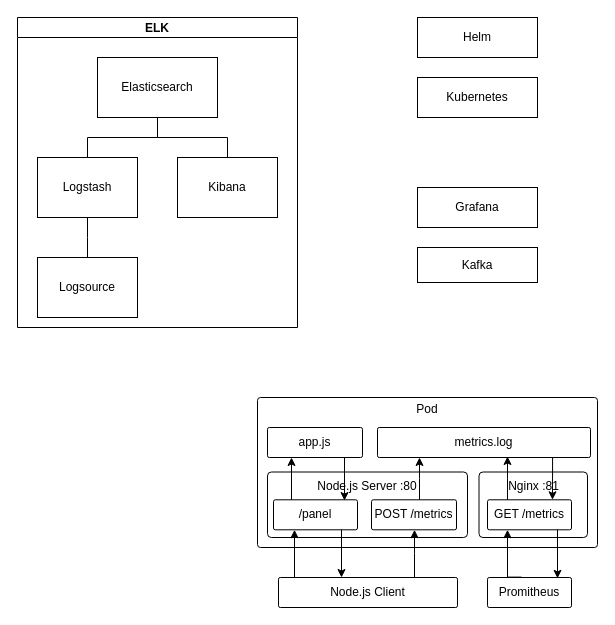
This is page "Page-1" (1 of 3) of infra-schema.drawio from ajile/draw-io, a draw.io file, before an edit. Source tidied: cells renumbered, new cells numbered last; positions are measured from the earlier drawing's top-left corner, leaving out a move shared by most shapes. Both pictures are drawn from the tidied source at 100%, with x=0, y=0 at pixel (17, 17).
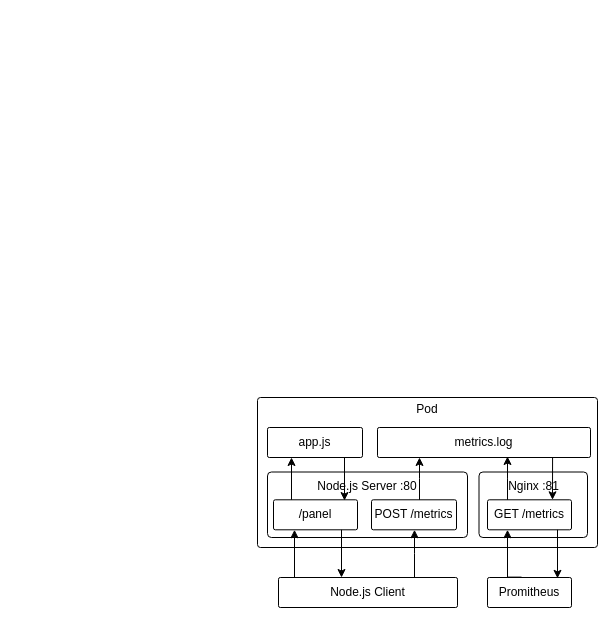
After the change.

The edit, as a diff of the source:
```diff
@@
-    <mxCell id="2" value="ELK" style="swimlane;startSize=20;horizontal=1;containerType=tree;newEdgeStyle={&quot;edgeStyle&quot;:&quot;elbowEdgeStyle&quot;,&quot;startArrow&quot;:&quot;none&quot;,&quot;endArrow&quot;:&quot;none&quot;};" parent="1" vertex="1">
-      <mxGeometry width="280" height="310" as="geometry" />
-    </mxCell>
-    <mxCell id="3" style="edgeStyle=elbowEdgeStyle;elbow=vertical;startArrow=none;endArrow=none;rounded=0;" parent="2" edge="1" source="5" target="6">
-      <mxGeometry relative="1" as="geometry" />
-    </mxCell>
-    <mxCell id="4" style="edgeStyle=elbowEdgeStyle;elbow=vertical;startArrow=none;endArrow=none;rounded=0;" parent="2" edge="1" source="5" target="7">
-      <mxGeometry relative="1" as="geometry" />
-    </mxCell>
-    <mxCell id="5" value="Elasticsearch" style="whiteSpace=wrap;html=1;align=center;newEdgeStyle={&quot;edgeStyle&quot;:&quot;elbowEdgeStyle&quot;,&quot;startArrow&quot;:&quot;none&quot;,&quot;endArrow&quot;:&quot;none&quot;};" parent="2" vertex="1">
-      <mxGeometry x="80" y="40" width="120" height="60" as="geometry" />
-    </mxCell>
-    <mxCell id="6" value="Logstash" style="whiteSpace=wrap;html=1;align=center;verticalAlign=middle;newEdgeStyle={&quot;edgeStyle&quot;:&quot;elbowEdgeStyle&quot;,&quot;startArrow&quot;:&quot;none&quot;,&quot;endArrow&quot;:&quot;none&quot;};" parent="2" vertex="1">
-      <mxGeometry x="20" y="140" width="100" height="60" as="geometry" />
-    </mxCell>
-    <mxCell id="7" value="Kibana" style="whiteSpace=wrap;html=1;align=center;verticalAlign=middle;newEdgeStyle={&quot;edgeStyle&quot;:&quot;elbowEdgeStyle&quot;,&quot;startArrow&quot;:&quot;none&quot;,&quot;endArrow&quot;:&quot;none&quot;};" parent="2" vertex="1">
-      <mxGeometry x="160" y="140" width="100" height="60" as="geometry" />
-    </mxCell>
-    <mxCell id="8" style="edgeStyle=elbowEdgeStyle;elbow=vertical;startArrow=none;endArrow=none;rounded=0;" parent="2" edge="1" source="6" target="9">
-      <mxGeometry relative="1" as="geometry" />
-    </mxCell>
-    <mxCell id="9" value="Logsource" style="whiteSpace=wrap;html=1;align=center;verticalAlign=middle;newEdgeStyle={&quot;edgeStyle&quot;:&quot;elbowEdgeStyle&quot;,&quot;startArrow&quot;:&quot;none&quot;,&quot;endArrow&quot;:&quot;none&quot;};" parent="2" vertex="1">
-      <mxGeometry x="20" y="240" width="100" height="60" as="geometry" />
-    </mxCell>
-    <mxCell id="10" value="Grafana" style="whiteSpace=wrap;html=1;align=center;newEdgeStyle={&quot;edgeStyle&quot;:&quot;elbowEdgeStyle&quot;,&quot;startArrow&quot;:&quot;none&quot;,&quot;endArrow&quot;:&quot;none&quot;};" parent="1" vertex="1">
-      <mxGeometry x="400" y="170" width="120" height="40" as="geometry" />
-    </mxCell>
-    <mxCell id="11" value="Kafka" style="whiteSpace=wrap;html=1;align=center;newEdgeStyle={&quot;edgeStyle&quot;:&quot;elbowEdgeStyle&quot;,&quot;startArrow&quot;:&quot;none&quot;,&quot;endArrow&quot;:&quot;none&quot;};" parent="1" vertex="1">
-      <mxGeometry x="400" y="230" width="120" height="35" as="geometry" />
-    </mxCell>
-    <mxCell id="12" value="Kubernetes" style="whiteSpace=wrap;html=1;align=center;newEdgeStyle={&quot;edgeStyle&quot;:&quot;elbowEdgeStyle&quot;,&quot;startArrow&quot;:&quot;none&quot;,&quot;endArrow&quot;:&quot;none&quot;};" parent="1" vertex="1">
-      <mxGeometry x="400" y="60" width="120" height="40" as="geometry" />
-    </mxCell>
     <mxCell id="13" style="edgeStyle=orthogonalEdgeStyle;rounded=0;orthogonalLoop=1;jettySize=auto;html=1;" parent="1" edge="1">
       <mxGeometry relative="1" as="geometry">
-        <mxPoint x="690" y="60" as="sourcePoint" />
+        <mxPoint x="950" y="460" as="sourcePoint" />
       </mxGeometry>
     </mxCell>
-    <mxCell id="14" value="Helm" style="whiteSpace=wrap;html=1;align=center;newEdgeStyle={&quot;edgeStyle&quot;:&quot;elbowEdgeStyle&quot;,&quot;startArrow&quot;:&quot;none&quot;,&quot;endArrow&quot;:&quot;none&quot;};" parent="1" vertex="1">
-      <mxGeometry x="400" width="120" height="40" as="geometry" />
-    </mxCell>
```
